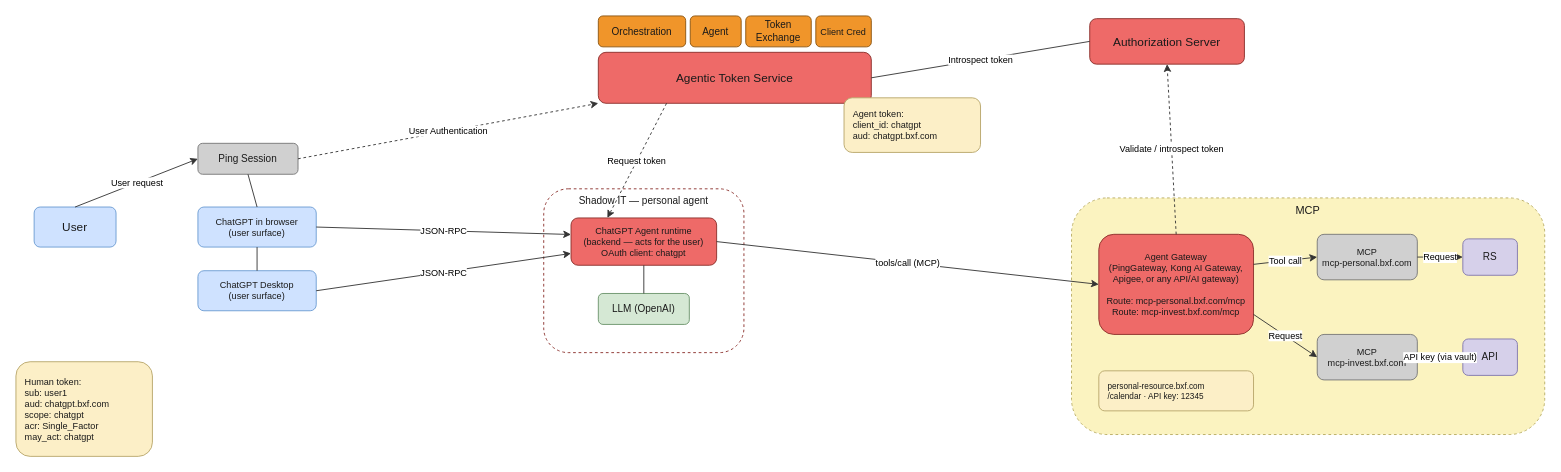
Earlier version of the draw.io diagram docs/diagrams/personal-agent-chatgpt.drawio (curtismu7/AI-DEMO2). Source tidied: cells renumbered, new cells numbered last; positions are measured from the earlier drawing's top-left corner, leaving out a move shared by most shapes. Both pictures are drawn from the tidied source at 91%, with x=0, y=0 at pixel (15, 15).
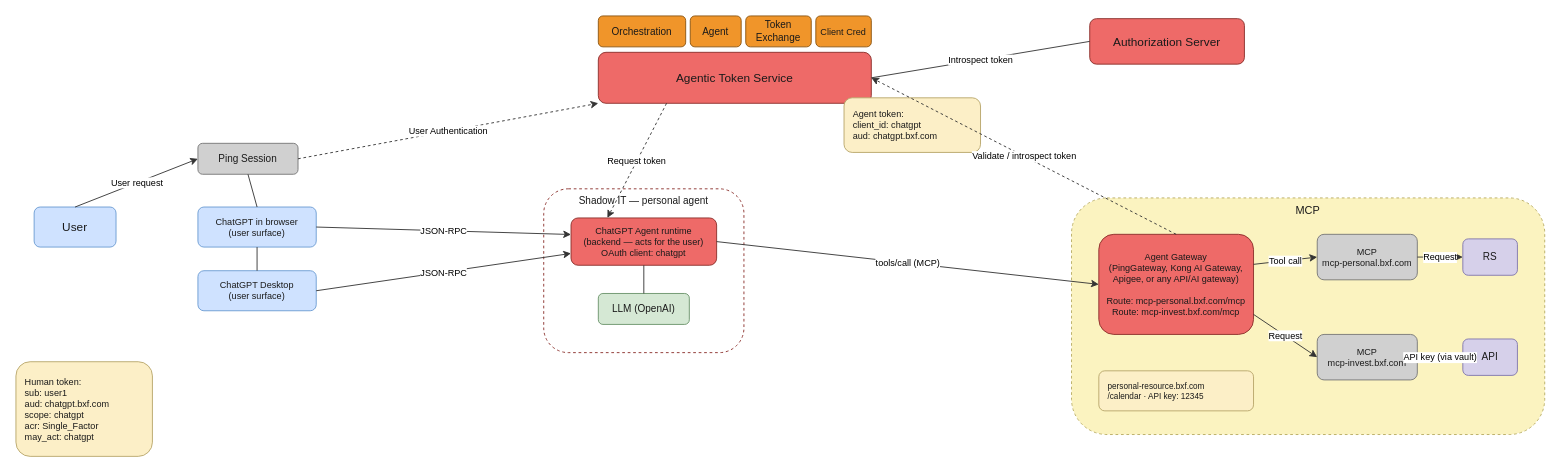
The same page after the edit.

Commit message (it also covers changes not shown here):
docs(diagrams): gateway validates tokens with Agentic Token Service, not AS

The change refers to these unchanged cells:
```xml
<mxCell id="2" value="Agentic Token Service" style="rounded=1;whiteSpace=wrap;html=1;fillColor=#ee6a68;strokeColor=#8a2f2a;fontColor=#1a1a1a;fontSize=13;" parent="1" vertex="1">
  <mxGeometry x="640" y="40" width="300" height="56" as="geometry" />
</mxCell>
<mxCell id="7" value="Authorization Server" style="rounded=1;whiteSpace=wrap;html=1;fillColor=#ee6a68;strokeColor=#8a2f2a;fontColor=#1a1a1a;fontSize=13;" parent="1" vertex="1">
  <mxGeometry x="1180" y="3" width="170" height="50" as="geometry" />
</mxCell>
<mxCell id="27" value="Agent Gateway&#10;(PingGateway, Kong AI Gateway,&#10;Apigee, or any API/AI gateway)&#10;&#10;Route: mcp-personal.bxf.com/mcp&#10;Route: mcp-invest.bxf.com/mcp" style="rounded=1;whiteSpace=wrap;html=1;fillColor=#ee6a68;strokeColor=#8a2f2a;fontColor=#1a1a1a;fontSize=10;" parent="1" vertex="1">
  <mxGeometry x="1190" y="240" width="170" height="110" as="geometry" />
</mxCell>
```

Diff of the diagram source:
```diff
@@
-    <mxCell id="34" value="Validate / introspect token" style="edgeStyle=none;html=1;strokeColor=#333333;fontSize=10;dashed=1;exitX=0.5;exitY=0;entryX=0.5;entryY=1;" parent="1" edge="1" source="27" target="7">
+    <mxCell id="34" value="Validate / introspect token" style="edgeStyle=none;html=1;strokeColor=#333333;fontSize=10;dashed=1;exitX=0.5;exitY=0;entryX=1;entryY=0.5;" parent="1" edge="1" source="27" target="2">
       <mxGeometry relative="1" as="geometry" />
     </mxCell>
```
